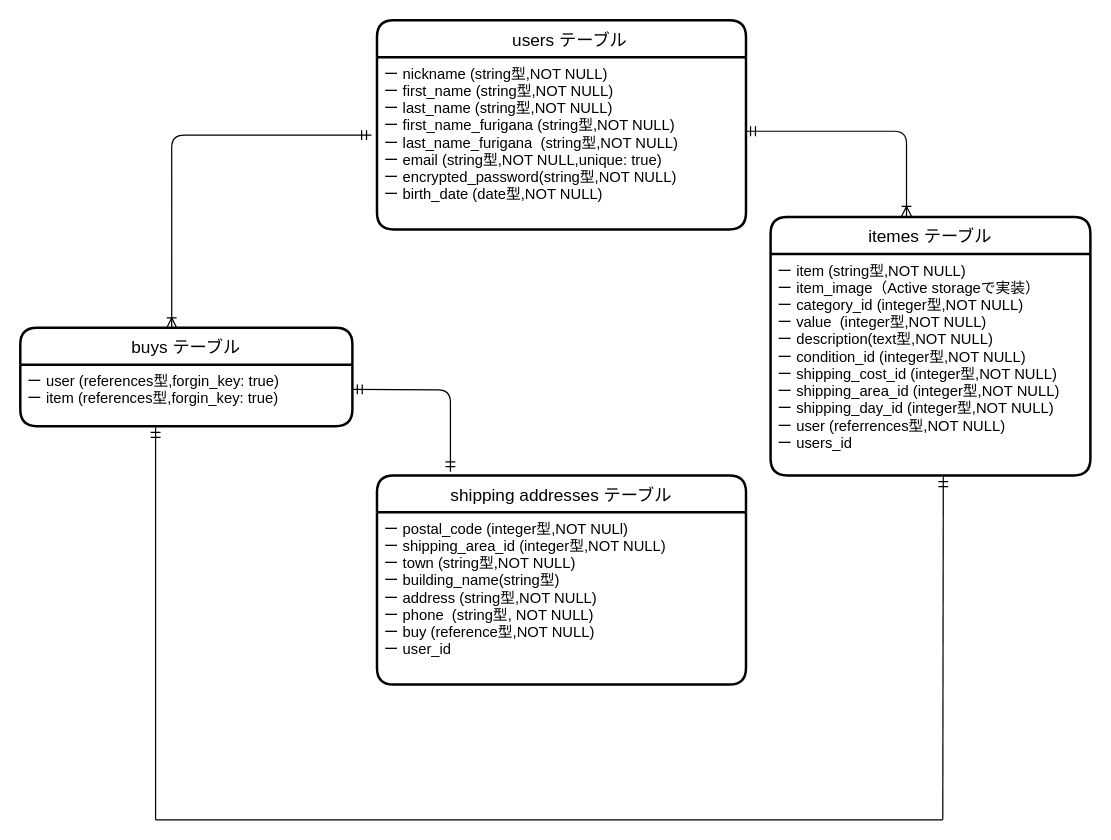
This is page "ページ1" (1 of 2) of furima.dio from ryu-sugi/furima-35260, a draw.io file, before an edit. Source tidied: cells renumbered, new cells numbered last; positions are measured from the earlier drawing's top-left corner, leaving out a move shared by most shapes. Both pictures are drawn from the tidied source at 123%, with x=0, y=0 at pixel (20, 20).
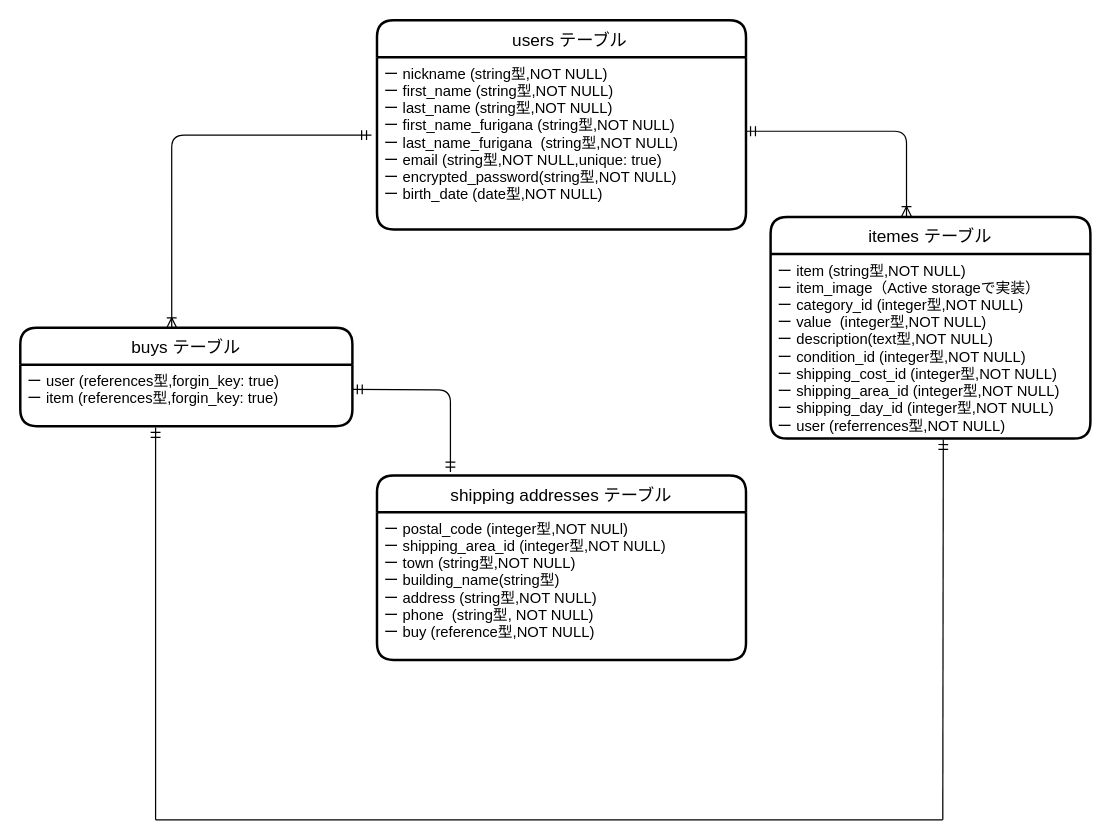
Above is the later version.

The edit, as a diff of the source:
```diff
@@
     <mxCell id="7" value="itemes テーブル" style="swimlane;horizontal=1;startSize=30;rounded=1;fontSize=14;fontStyle=0;strokeWidth=2;shadow=0;dashed=0;align=center;" parent="1" vertex="1">
-      <mxGeometry x="610" y="160" width="260" height="210" as="geometry" />
+      <mxGeometry x="610" y="160" width="260" height="180" as="geometry" />
     </mxCell>
-    <mxCell id="8" value="ー item (string型,NOT NULL)&#10;ー item_image（Active storageで実装）&#10;ー category_id (integer型,NOT NULL)&#10;ー value  (integer型,NOT NULL)&#10;ー description(text型,NOT NULL)&#10;ー condition_id (integer型,NOT NULL)&#10;ー shipping_cost_id (integer型,NOT NULL)&#10;ー shipping_area_id (integer型,NOT NULL)&#10;ー shipping_day_id (integer型,NOT NULL)&#10;ー user (referrences型,NOT NULL)&#10;ー users_id " style="text;strokeColor=none;fillColor=none;spacingLeft=4;spacingRight=4;overflow=hidden;points=[[0,0.5],[1,0.5]];portConstraint=eastwest;fontSize=12;" parent="7" vertex="1">
-      <mxGeometry y="30" width="260" height="180" as="geometry" />
+    <mxCell id="8" value="ー item (string型,NOT NULL)&#10;ー item_image（Active storageで実装）&#10;ー category_id (integer型,NOT NULL)&#10;ー value  (integer型,NOT NULL)&#10;ー description(text型,NOT NULL)&#10;ー condition_id (integer型,NOT NULL)&#10;ー shipping_cost_id (integer型,NOT NULL)&#10;ー shipping_area_id (integer型,NOT NULL)&#10;ー shipping_day_id (integer型,NOT NULL)&#10;ー user (referrences型,NOT NULL)" style="text;strokeColor=none;fillColor=none;spacingLeft=4;spacingRight=4;overflow=hidden;points=[[0,0.5],[1,0.5]];portConstraint=eastwest;fontSize=12;" parent="7" vertex="1">
+      <mxGeometry y="30" width="260" height="150" as="geometry" />
     </mxCell>
     <mxCell id="9" value="shipping addresses テーブル" style="swimlane;horizontal=1;startSize=30;rounded=1;fontSize=14;fontStyle=0;strokeWidth=2;shadow=0;dashed=0;align=center;" parent="1" vertex="1">
-      <mxGeometry x="290" y="370" width="300" height="170" as="geometry" />
+      <mxGeometry x="290" y="370" width="300" height="150" as="geometry" />
     </mxCell>
-    <mxCell id="10" value="ー postal_code (integer型,NOT NULl)&#10;ー shipping_area_id (integer型,NOT NULL)&#10;ー town (string型,NOT NULL)&#10;ー building_name(string型)&#10;ー address (string型,NOT NULL)&#10;ー phone  (string型, NOT NULL)&#10;ー buy (reference型,NOT NULL)&#10;ー user_id&#10;&#10;" style="text;strokeColor=none;fillColor=none;spacingLeft=4;spacingRight=4;overflow=hidden;points=[[0,0.5],[1,0.5]];portConstraint=eastwest;fontSize=12;" parent="9" vertex="1">
-      <mxGeometry y="30" width="300" height="140" as="geometry" />
+    <mxCell id="10" value="ー postal_code (integer型,NOT NULl)&#10;ー shipping_area_id (integer型,NOT NULL)&#10;ー town (string型,NOT NULL)&#10;ー building_name(string型)&#10;ー address (string型,NOT NULL)&#10;ー phone  (string型, NOT NULL)&#10;ー buy (reference型,NOT NULL)&#10;" style="text;strokeColor=none;fillColor=none;spacingLeft=4;spacingRight=4;overflow=hidden;points=[[0,0.5],[1,0.5]];portConstraint=eastwest;fontSize=12;" parent="9" vertex="1">
+      <mxGeometry y="30" width="300" height="120" as="geometry" />
     </mxCell>
```
